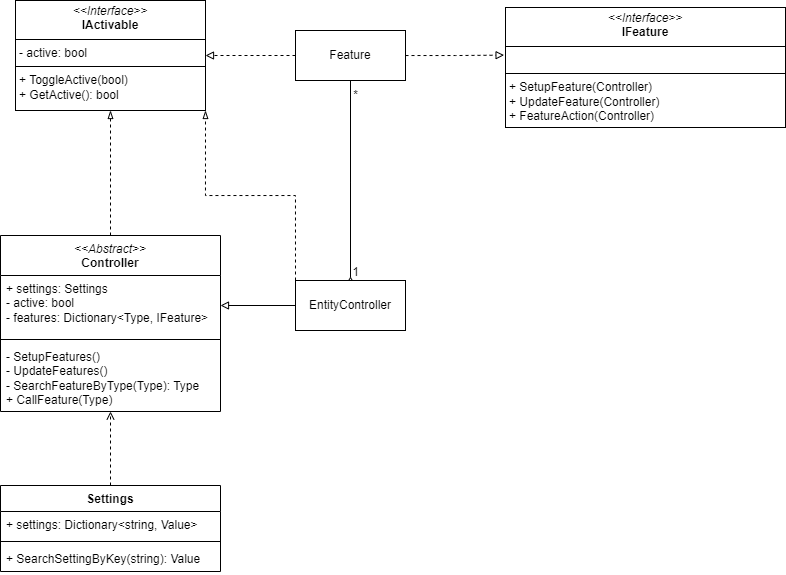
Above: Framework/Imágenes/Framework.drawio.png in DrPumpKing1/DocumentoFramework (draw.io), before the change. Source tidied: cells renumbered, new cells last; positions are measured from the earlier drawing's top-left corner, leaving out a move shared by most shapes. Its diagram source:
```xml
<mxGraphModel>
  <root>
    <mxCell id="0" />
    <mxCell id="1" parent="0" />
    <mxCell id="2" value="Settings" style="swimlane;fontStyle=1;align=center;verticalAlign=top;horizontal=1;startSize=26;whiteSpace=wrap;html=1;" parent="1" vertex="1">
      <mxGeometry y="485" width="220" height="86" as="geometry" />
    </mxCell>
    <mxCell id="3" value="+ settings: Dictionary&amp;lt;string, Value&amp;gt;" style="text;strokeColor=none;fillColor=none;align=left;verticalAlign=top;spacingLeft=4;spacingRight=4;overflow=hidden;whiteSpace=wrap;html=1;" parent="2" vertex="1">
      <mxGeometry y="26" width="220" height="26" as="geometry" />
    </mxCell>
    <mxCell id="4" style="line;strokeWidth=1;fillColor=none;align=left;verticalAlign=middle;spacingTop=-1;spacingLeft=3;spacingRight=3;labelPosition=right;strokeColor=inherit;" parent="2" vertex="1">
      <mxGeometry y="52" width="220" height="8" as="geometry" />
    </mxCell>
    <mxCell id="5" value="+ SearchSettingByKey(string): Value" style="text;strokeColor=none;fillColor=none;align=left;verticalAlign=top;spacingLeft=4;spacingRight=4;overflow=hidden;whiteSpace=wrap;html=1;" parent="2" vertex="1">
      <mxGeometry y="60" width="220" height="26" as="geometry" />
    </mxCell>
    <mxCell id="6" value="&lt;p style=&quot;margin:0px;margin-top:4px;text-align:center;&quot;&gt;&lt;i&gt;&amp;lt;&amp;lt;Interface&amp;gt;&amp;gt;&lt;/i&gt;&lt;br&gt;&lt;b&gt;IActivable&lt;/b&gt;&lt;/p&gt;&lt;hr size=&quot;1&quot; style=&quot;border-style:solid;&quot;&gt;&lt;p style=&quot;margin:0px;margin-left:4px;&quot;&gt;- active: bool&lt;br&gt;&lt;/p&gt;&lt;hr size=&quot;1&quot; style=&quot;border-style:solid;&quot;&gt;&lt;p style=&quot;margin:0px;margin-left:4px;&quot;&gt;+ ToggleActive(bool)&lt;br&gt;&lt;/p&gt;&lt;p style=&quot;margin:0px;margin-left:4px;&quot;&gt;+ GetActive(): bool&lt;/p&gt;&lt;p style=&quot;margin:0px;margin-left:4px;&quot;&gt;&lt;br&gt;&lt;/p&gt;" style="verticalAlign=top;align=left;overflow=fill;html=1;whiteSpace=wrap;" parent="1" vertex="1">
      <mxGeometry x="15" width="190" height="110" as="geometry" />
    </mxCell>
    <mxCell id="7" value="&lt;p style=&quot;margin:0px;margin-top:4px;text-align:center;&quot;&gt;&lt;i&gt;&amp;lt;&amp;lt;Interface&amp;gt;&amp;gt;&lt;/i&gt;&lt;br&gt;&lt;b&gt;IFeature&lt;/b&gt;&lt;/p&gt;&lt;hr size=&quot;1&quot; style=&quot;border-style:solid;&quot;&gt;&lt;p style=&quot;margin:0px;margin-left:4px;&quot;&gt;&lt;br&gt;&lt;/p&gt;&lt;hr size=&quot;1&quot; style=&quot;border-style:solid;&quot;&gt;&lt;p style=&quot;margin:0px;margin-left:4px;&quot;&gt;+ SetupFeature&lt;span style=&quot;background-color: initial;&quot;&gt;(Controller)&lt;/span&gt;&lt;/p&gt;&lt;p style=&quot;margin:0px;margin-left:4px;&quot;&gt;+ UpdateFeature(Controller)&lt;br&gt;&lt;/p&gt;&lt;p style=&quot;margin:0px;margin-left:4px;&quot;&gt;+ FeatureAction(Controller)&lt;/p&gt;&lt;p style=&quot;margin:0px;margin-left:4px;&quot;&gt;&lt;br&gt;&lt;/p&gt;" style="verticalAlign=top;align=left;overflow=fill;html=1;whiteSpace=wrap;" parent="1" vertex="1">
      <mxGeometry x="505" y="7" width="280" height="120" as="geometry" />
    </mxCell>
    <mxCell id="8" style="edgeStyle=orthogonalEdgeStyle;rounded=0;jettySize=auto;html=1;entryX=0.5;entryY=1;entryDx=0;entryDy=0;dashed=1;endArrow=blockThin;endFill=0;" parent="1" edge="1" source="9" target="6">
      <mxGeometry relative="1" as="geometry" />
    </mxCell>
    <mxCell id="9" value="&lt;div&gt;&lt;i style=&quot;font-weight: 400;&quot;&gt;&amp;lt;&amp;lt;Abstract&amp;gt;&amp;gt;&lt;/i&gt;&lt;br style=&quot;font-weight: 400;&quot;&gt;&lt;/div&gt;Controller" style="swimlane;fontStyle=1;align=center;verticalAlign=top;horizontal=1;startSize=40;whiteSpace=wrap;html=1;" parent="1" vertex="1">
      <mxGeometry y="235" width="220" height="176" as="geometry" />
    </mxCell>
    <mxCell id="10" value="+ settings: Settings&lt;div&gt;- active: bool&lt;/div&gt;&lt;div&gt;- features: Dictionary&amp;lt;Type, IFeature&amp;gt;&lt;/div&gt;" style="text;strokeColor=none;fillColor=none;align=left;verticalAlign=top;spacingLeft=4;spacingRight=4;overflow=hidden;points=[[0,0.5],[1,0.5]];portConstraint=eastwest;whiteSpace=wrap;html=1;" parent="9" vertex="1">
      <mxGeometry y="40" width="220" height="60" as="geometry" />
    </mxCell>
    <mxCell id="11" style="line;strokeWidth=1;fillColor=none;align=left;verticalAlign=middle;spacingTop=-1;spacingLeft=3;spacingRight=3;labelPosition=right;strokeColor=inherit;" parent="9" vertex="1">
      <mxGeometry y="100" width="220" height="8" as="geometry" />
    </mxCell>
    <mxCell id="12" value="&lt;div&gt;&lt;span style=&quot;background-color: initial;&quot;&gt;- SetupFeatures()&lt;/span&gt;&lt;br&gt;&lt;/div&gt;&lt;div&gt;&lt;div&gt;- UpdateFeatures()&lt;/div&gt;&lt;/div&gt;- SearchFeatureByType(Type): Type&lt;div&gt;+ CallFeature(Type)&lt;/div&gt;" style="text;strokeColor=none;fillColor=none;align=left;verticalAlign=top;spacingLeft=4;spacingRight=4;overflow=hidden;points=[[0,0.5],[1,0.5]];portConstraint=eastwest;whiteSpace=wrap;html=1;" parent="9" vertex="1">
      <mxGeometry y="108" width="220" height="68" as="geometry" />
    </mxCell>
    <mxCell id="13" style="edgeStyle=orthogonalEdgeStyle;rounded=0;jettySize=auto;html=1;entryX=1;entryY=0.5;entryDx=0;entryDy=0;dashed=1;endArrow=block;endFill=0;" parent="1" edge="1" source="15" target="6">
      <mxGeometry relative="1" as="geometry" />
    </mxCell>
    <mxCell id="14" style="edgeStyle=orthogonalEdgeStyle;rounded=0;jettySize=auto;html=1;endArrow=diamondThin;endFill=0;strokeWidth=1;" parent="1" edge="1" source="15">
      <mxGeometry relative="1" as="geometry">
        <mxPoint x="350" y="285" as="targetPoint" />
      </mxGeometry>
    </mxCell>
    <mxCell id="15" value="Feature" style="html=1;whiteSpace=wrap;" parent="1" vertex="1">
      <mxGeometry x="295" y="30" width="110" height="50" as="geometry" />
    </mxCell>
    <mxCell id="16" style="edgeStyle=orthogonalEdgeStyle;rounded=0;jettySize=auto;html=1;entryX=0.5;entryY=1;entryDx=0;entryDy=0;entryPerimeter=0;endArrow=open;endFill=0;dashed=1;" parent="1" edge="1" source="2" target="12">
      <mxGeometry relative="1" as="geometry" />
    </mxCell>
    <mxCell id="17" style="edgeStyle=orthogonalEdgeStyle;rounded=0;jettySize=auto;html=1;entryX=-0.005;entryY=0.397;entryDx=0;entryDy=0;entryPerimeter=0;dashed=1;endArrow=block;endFill=0;" parent="1" edge="1" source="15" target="7">
      <mxGeometry relative="1" as="geometry" />
    </mxCell>
    <mxCell id="18" style="edgeStyle=orthogonalEdgeStyle;rounded=0;jettySize=auto;html=1;entryX=1;entryY=0.5;entryDx=0;entryDy=0;endArrow=block;endFill=0;" parent="1" edge="1" source="20" target="10">
      <mxGeometry relative="1" as="geometry" />
    </mxCell>
    <mxCell id="19" style="edgeStyle=orthogonalEdgeStyle;rounded=0;jettySize=auto;html=1;exitX=0;exitY=0;exitDx=0;exitDy=0;entryX=1;entryY=1;entryDx=0;entryDy=0;endArrow=blockThin;endFill=0;dashed=1;" parent="1" edge="1" source="20" target="6">
      <mxGeometry relative="1" as="geometry" />
    </mxCell>
    <mxCell id="20" value="EntityController" style="html=1;whiteSpace=wrap;" parent="1" vertex="1">
      <mxGeometry x="295" y="280" width="110" height="50" as="geometry" />
    </mxCell>
    <mxCell id="21" value="*" style="text;html=1;align=center;verticalAlign=middle;strokeColor=none;fillColor=none;" parent="1" vertex="1">
      <mxGeometry x="340" y="80" width="30" height="30" as="geometry" />
    </mxCell>
    <mxCell id="22" value="1" style="text;html=1;align=center;verticalAlign=middle;strokeColor=none;fillColor=none;" parent="1" vertex="1">
      <mxGeometry x="340" y="257" width="30" height="30" as="geometry" />
    </mxCell>
  </root>
</mxGraphModel>
```
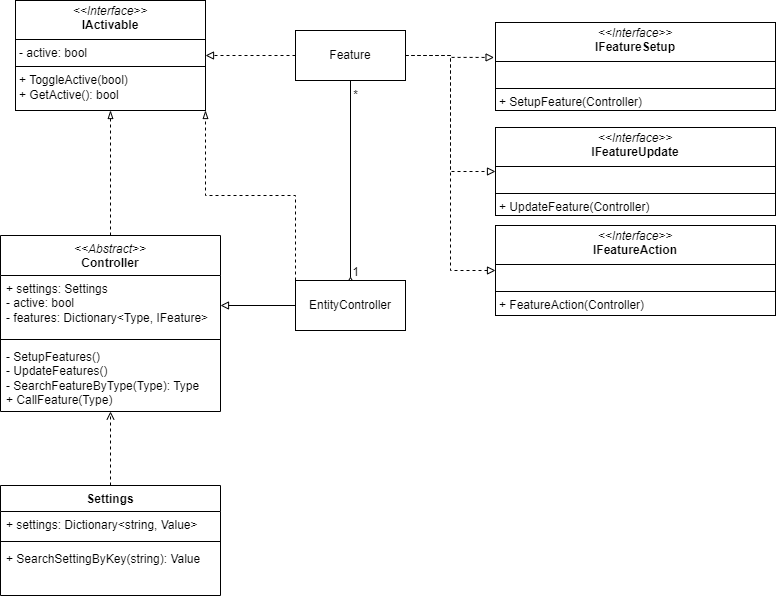
Above is the later version.

The edit, as a diff of the source:
```diff
@@ -3,7 +3,7 @@
     <mxCell id="0" />
     <mxCell id="1" parent="0" />
     <mxCell id="2" value="Settings" style="swimlane;fontStyle=1;align=center;verticalAlign=top;horizontal=1;startSize=26;whiteSpace=wrap;html=1;" parent="1" vertex="1">
-      <mxGeometry y="485" width="220" height="86" as="geometry" />
+      <mxGeometry y="485" width="220" height="110" as="geometry" />
     </mxCell>
     <mxCell id="3" value="+ settings: Dictionary&amp;lt;string, Value&amp;gt;" style="text;strokeColor=none;fillColor=none;align=left;verticalAlign=top;spacingLeft=4;spacingRight=4;overflow=hidden;whiteSpace=wrap;html=1;" parent="2" vertex="1">
       <mxGeometry y="26" width="220" height="26" as="geometry" />
@@ -12,13 +12,13 @@
       <mxGeometry y="52" width="220" height="8" as="geometry" />
     </mxCell>
     <mxCell id="5" value="+ SearchSettingByKey(string): Value" style="text;strokeColor=none;fillColor=none;align=left;verticalAlign=top;spacingLeft=4;spacingRight=4;overflow=hidden;whiteSpace=wrap;html=1;" parent="2" vertex="1">
-      <mxGeometry y="60" width="220" height="26" as="geometry" />
+      <mxGeometry y="60" width="220" height="50" as="geometry" />
     </mxCell>
     <mxCell id="6" value="&lt;p style=&quot;margin:0px;margin-top:4px;text-align:center;&quot;&gt;&lt;i&gt;&amp;lt;&amp;lt;Interface&amp;gt;&amp;gt;&lt;/i&gt;&lt;br&gt;&lt;b&gt;IActivable&lt;/b&gt;&lt;/p&gt;&lt;hr size=&quot;1&quot; style=&quot;border-style:solid;&quot;&gt;&lt;p style=&quot;margin:0px;margin-left:4px;&quot;&gt;- active: bool&lt;br&gt;&lt;/p&gt;&lt;hr size=&quot;1&quot; style=&quot;border-style:solid;&quot;&gt;&lt;p style=&quot;margin:0px;margin-left:4px;&quot;&gt;+ ToggleActive(bool)&lt;br&gt;&lt;/p&gt;&lt;p style=&quot;margin:0px;margin-left:4px;&quot;&gt;+ GetActive(): bool&lt;/p&gt;&lt;p style=&quot;margin:0px;margin-left:4px;&quot;&gt;&lt;br&gt;&lt;/p&gt;" style="verticalAlign=top;align=left;overflow=fill;html=1;whiteSpace=wrap;" parent="1" vertex="1">
       <mxGeometry x="15" width="190" height="110" as="geometry" />
     </mxCell>
-    <mxCell id="7" value="&lt;p style=&quot;margin:0px;margin-top:4px;text-align:center;&quot;&gt;&lt;i&gt;&amp;lt;&amp;lt;Interface&amp;gt;&amp;gt;&lt;/i&gt;&lt;br&gt;&lt;b&gt;IFeature&lt;/b&gt;&lt;/p&gt;&lt;hr size=&quot;1&quot; style=&quot;border-style:solid;&quot;&gt;&lt;p style=&quot;margin:0px;margin-left:4px;&quot;&gt;&lt;br&gt;&lt;/p&gt;&lt;hr size=&quot;1&quot; style=&quot;border-style:solid;&quot;&gt;&lt;p style=&quot;margin:0px;margin-left:4px;&quot;&gt;+ SetupFeature&lt;span style=&quot;background-color: initial;&quot;&gt;(Controller)&lt;/span&gt;&lt;/p&gt;&lt;p style=&quot;margin:0px;margin-left:4px;&quot;&gt;+ UpdateFeature(Controller)&lt;br&gt;&lt;/p&gt;&lt;p style=&quot;margin:0px;margin-left:4px;&quot;&gt;+ FeatureAction(Controller)&lt;/p&gt;&lt;p style=&quot;margin:0px;margin-left:4px;&quot;&gt;&lt;br&gt;&lt;/p&gt;" style="verticalAlign=top;align=left;overflow=fill;html=1;whiteSpace=wrap;" parent="1" vertex="1">
-      <mxGeometry x="505" y="7" width="280" height="120" as="geometry" />
+    <mxCell id="7" value="&lt;p style=&quot;margin:0px;margin-top:4px;text-align:center;&quot;&gt;&lt;i&gt;&amp;lt;&amp;lt;Interface&amp;gt;&amp;gt;&lt;/i&gt;&lt;br&gt;&lt;b&gt;IFeatureSetup&lt;/b&gt;&lt;/p&gt;&lt;hr size=&quot;1&quot; style=&quot;border-style:solid;&quot;&gt;&lt;p style=&quot;margin:0px;margin-left:4px;&quot;&gt;&lt;br&gt;&lt;/p&gt;&lt;hr size=&quot;1&quot; style=&quot;border-style:solid;&quot;&gt;&lt;p style=&quot;margin:0px;margin-left:4px;&quot;&gt;+ SetupFeature&lt;span style=&quot;background-color: initial;&quot;&gt;(Controller)&lt;/span&gt;&lt;/p&gt;&lt;p style=&quot;margin:0px;margin-left:4px;&quot;&gt;&lt;br&gt;&lt;/p&gt;&lt;p style=&quot;margin:0px;margin-left:4px;&quot;&gt;&lt;br&gt;&lt;/p&gt;" style="verticalAlign=top;align=left;overflow=fill;html=1;whiteSpace=wrap;" parent="1" vertex="1">
+      <mxGeometry x="495" y="22" width="280" height="88" as="geometry" />
     </mxCell>
     <mxCell id="8" style="edgeStyle=orthogonalEdgeStyle;rounded=0;jettySize=auto;html=1;entryX=0.5;entryY=1;entryDx=0;entryDy=0;dashed=1;endArrow=blockThin;endFill=0;" parent="1" edge="1" source="9" target="6">
       <mxGeometry relative="1" as="geometry" />
@@ -43,6 +43,12 @@
         <mxPoint x="350" y="285" as="targetPoint" />
       </mxGeometry>
     </mxCell>
+    <mxCell id="23" style="edgeStyle=orthogonalEdgeStyle;rounded=0;jettySize=auto;html=1;entryX=0;entryY=0.5;entryDx=0;entryDy=0;endArrow=block;endFill=0;dashed=1;" parent="1" edge="1" source="15" target="25">
+      <mxGeometry relative="1" as="geometry" />
+    </mxCell>
+    <mxCell id="24" style="edgeStyle=orthogonalEdgeStyle;rounded=0;jettySize=auto;html=1;entryX=0;entryY=0.5;entryDx=0;entryDy=0;endArrow=block;endFill=0;dashed=1;" parent="1" edge="1" source="15" target="26">
+      <mxGeometry relative="1" as="geometry" />
+    </mxCell>
     <mxCell id="15" value="Feature" style="html=1;whiteSpace=wrap;" parent="1" vertex="1">
       <mxGeometry x="295" y="30" width="110" height="50" as="geometry" />
     </mxCell>
@@ -67,5 +73,11 @@
     <mxCell id="22" value="1" style="text;html=1;align=center;verticalAlign=middle;strokeColor=none;fillColor=none;" parent="1" vertex="1">
       <mxGeometry x="340" y="257" width="30" height="30" as="geometry" />
     </mxCell>
+    <mxCell id="25" value="&lt;p style=&quot;margin:0px;margin-top:4px;text-align:center;&quot;&gt;&lt;i&gt;&amp;lt;&amp;lt;Interface&amp;gt;&amp;gt;&lt;/i&gt;&lt;br&gt;&lt;b&gt;IFeatureUpdate&lt;/b&gt;&lt;/p&gt;&lt;hr size=&quot;1&quot; style=&quot;border-style:solid;&quot;&gt;&lt;p style=&quot;margin:0px;margin-left:4px;&quot;&gt;&lt;br&gt;&lt;/p&gt;&lt;hr size=&quot;1&quot; style=&quot;border-style:solid;&quot;&gt;&lt;p style=&quot;margin:0px;margin-left:4px;&quot;&gt;&lt;span style=&quot;background-color: initial;&quot;&gt;+ UpdateFeature(Controller)&lt;/span&gt;&lt;br&gt;&lt;/p&gt;&lt;p style=&quot;margin:0px;margin-left:4px;&quot;&gt;&lt;br&gt;&lt;/p&gt;" style="verticalAlign=top;align=left;overflow=fill;html=1;whiteSpace=wrap;" parent="1" vertex="1">
+      <mxGeometry x="495" y="127" width="280" height="88" as="geometry" />
+    </mxCell>
+    <mxCell id="26" value="&lt;p style=&quot;margin:0px;margin-top:4px;text-align:center;&quot;&gt;&lt;i&gt;&amp;lt;&amp;lt;Interface&amp;gt;&amp;gt;&lt;/i&gt;&lt;br&gt;&lt;b&gt;IFeatureAction&lt;/b&gt;&lt;/p&gt;&lt;hr size=&quot;1&quot; style=&quot;border-style:solid;&quot;&gt;&lt;p style=&quot;margin:0px;margin-left:4px;&quot;&gt;&lt;br&gt;&lt;/p&gt;&lt;hr size=&quot;1&quot; style=&quot;border-style:solid;&quot;&gt;&lt;p style=&quot;margin:0px;margin-left:4px;&quot;&gt;&lt;span style=&quot;background-color: initial;&quot;&gt;+ FeatureAction(Controller)&lt;/span&gt;&lt;br&gt;&lt;/p&gt;" style="verticalAlign=top;align=left;overflow=fill;html=1;whiteSpace=wrap;" parent="1" vertex="1">
+      <mxGeometry x="495" y="225" width="280" height="90" as="geometry" />
+    </mxCell>
   </root>
 </mxGraphModel>
```
